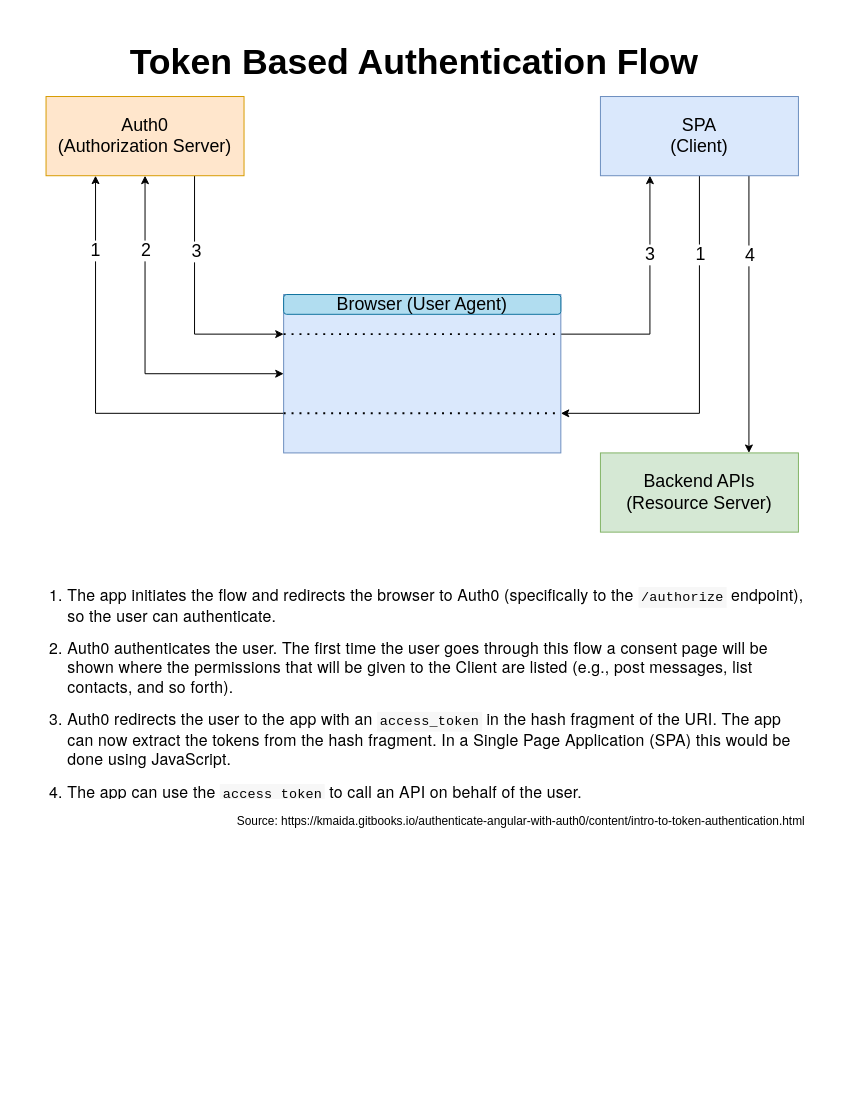
Earlier version of the draw.io diagram Untitled Diagram.drawio (Rajarshi07/AOC-2019). Source tidied: cells renumbered, new cells numbered last; positions are measured from the earlier drawing's top-left corner, leaving out a move shared by most shapes. Both pictures are drawn from the tidied source at 99%, with x=0, y=0 at pixel (31, 27).
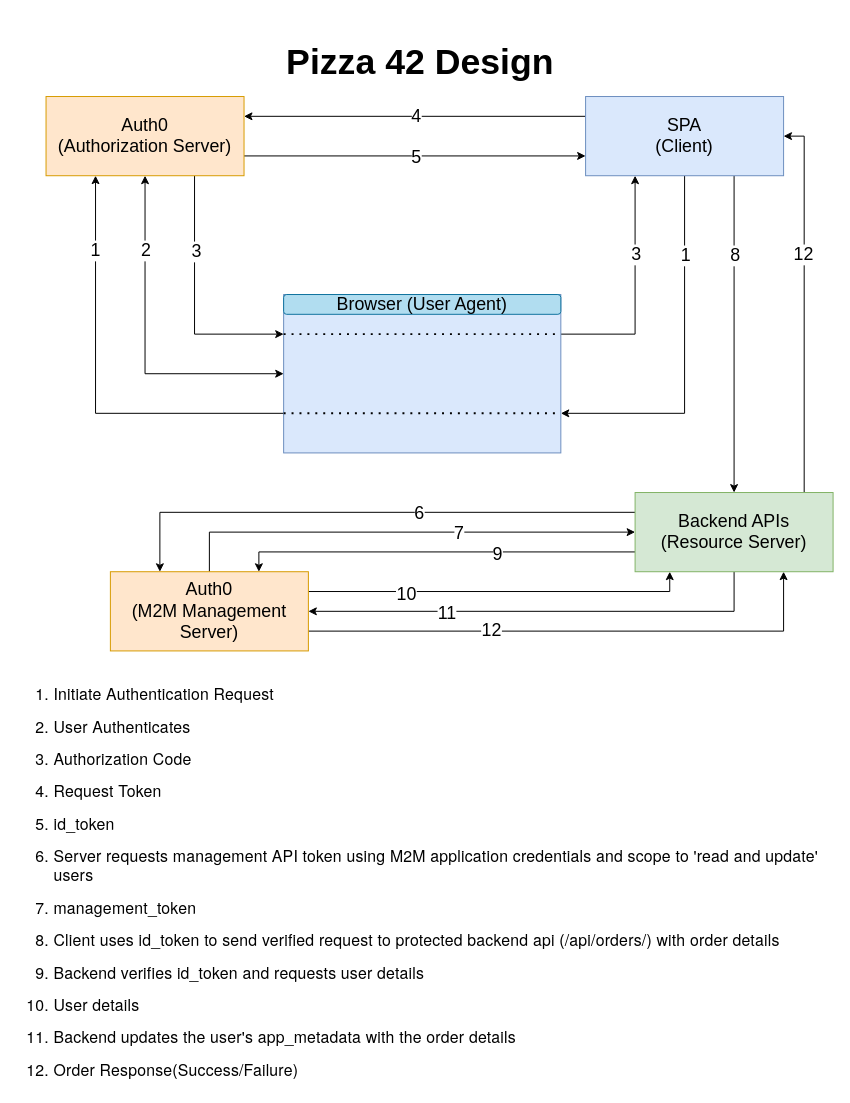
The same diagram, later.

Unchanged cells that the change refers to:
```xml
<mxCell id="4" value="&lt;div style=&quot;font-size: 18px&quot;&gt;&lt;span&gt;&lt;font style=&quot;font-size: 18px&quot;&gt;Auth0&lt;/font&gt;&lt;/span&gt;&lt;/div&gt;&lt;div style=&quot;font-size: 18px&quot;&gt;&lt;span&gt;&lt;font style=&quot;font-size: 18px&quot;&gt;(Authorization Server)&lt;/font&gt;&lt;/span&gt;&lt;/div&gt;" style="rounded=0;whiteSpace=wrap;html=1;fontSize=14;fillColor=#ffe6cc;strokeColor=#d79b00;align=center;" parent="1" vertex="1">
  <mxGeometry x="15" y="70" width="200" height="80" as="geometry" />
</mxCell>
<mxCell id="5" style="edgeStyle=orthogonalEdgeStyle;rounded=0;jettySize=auto;html=1;exitX=0.5;exitY=1;exitDx=0;exitDy=0;entryX=1;entryY=0.75;entryDx=0;entryDy=0;fontSize=20;" parent="1" edge="1" source="9" target="15">
  <mxGeometry relative="1" as="geometry" />
</mxCell>
<mxCell id="11" style="edgeStyle=orthogonalEdgeStyle;rounded=0;jettySize=auto;html=1;exitX=1;exitY=0.25;exitDx=0;exitDy=0;entryX=0.25;entryY=1;entryDx=0;entryDy=0;fontSize=20;" parent="1" edge="1" source="15" target="9">
  <mxGeometry relative="1" as="geometry" />
</mxCell>
```

What changed in the source:
```diff
@@
+    <mxCell id="24" style="edgeStyle=orthogonalEdgeStyle;rounded=0;jettySize=auto;html=1;exitX=1;exitY=0.75;exitDx=0;exitDy=0;entryX=0;entryY=0.75;entryDx=0;entryDy=0;fontSize=12;fontColor=#000000;" parent="1" edge="1" source="4" target="9">
+      <mxGeometry relative="1" as="geometry" />
+    </mxCell>
+    <mxCell id="25" value="5" style="edgeLabel;html=1;align=center;verticalAlign=middle;fontSize=18;fontColor=#000000;" parent="24" vertex="1">
+      <mxGeometry x="-0.13" y="-1" relative="1" as="geometry">
+        <mxPoint x="23" as="offset" />
+      </mxGeometry>
+    </mxCell>
@@
     <mxCell id="6" value="1" style="edgeLabel;html=1;align=center;verticalAlign=middle;fontSize=18;" parent="5" vertex="1">
       <mxGeometry x="-0.54" y="1" relative="1" as="geometry">
-        <mxPoint x="-1" y="-8" as="offset" />
+        <mxPoint x="-1" y="-4" as="offset" />
       </mxGeometry>
     </mxCell>
-    <mxCell id="7" style="edgeStyle=orthogonalEdgeStyle;rounded=0;jettySize=auto;html=1;exitX=0.75;exitY=1;exitDx=0;exitDy=0;entryX=0.75;entryY=0;entryDx=0;entryDy=0;fontSize=20;" parent="1" edge="1" source="9" target="10">
+    <mxCell id="7" style="edgeStyle=orthogonalEdgeStyle;rounded=0;jettySize=auto;html=1;exitX=0.75;exitY=1;exitDx=0;exitDy=0;entryX=0.5;entryY=0;entryDx=0;entryDy=0;fontSize=20;" parent="1" edge="1" source="9" target="10">
       <mxGeometry relative="1" as="geometry" />
     </mxCell>
+    <mxCell id="26" value="8" style="edgeLabel;html=1;align=center;verticalAlign=middle;fontSize=18;fontColor=#000000;" parent="7" vertex="1">
+      <mxGeometry x="-0.39" relative="1" as="geometry">
+        <mxPoint y="-18" as="offset" />
+      </mxGeometry>
+    </mxCell>
+    <mxCell id="27" style="edgeStyle=orthogonalEdgeStyle;rounded=0;jettySize=auto;html=1;exitX=0;exitY=0.25;exitDx=0;exitDy=0;entryX=1;entryY=0.25;entryDx=0;entryDy=0;fontSize=12;fontColor=#000000;" parent="1" edge="1" source="9" target="4">
+      <mxGeometry relative="1" as="geometry" />
+    </mxCell>
-    <mxCell id="8" value="4" style="edgeLabel;html=1;align=center;verticalAlign=middle;fontSize=18;" parent="7" vertex="1">
-      <mxGeometry x="-0.39" relative="1" as="geometry">
-        <mxPoint y="-5" as="offset" />
+    <mxCell id="8" value="&lt;font style=&quot;font-size: 18px&quot;&gt;4&lt;/font&gt;" style="edgeLabel;html=1;align=center;verticalAlign=middle;fontSize=12;fontColor=#000000;" parent="27" vertex="1">
+      <mxGeometry x="0.15" y="-1" relative="1" as="geometry">
+        <mxPoint x="26" as="offset" />
       </mxGeometry>
     </mxCell>
     <mxCell id="9" value="&lt;font style=&quot;font-size: 18px&quot;&gt;SPA&lt;br&gt;(Client)&lt;/font&gt;" style="rounded=0;whiteSpace=wrap;html=1;fontSize=14;fillColor=#dae8fc;strokeColor=#6c8ebf;" parent="1" vertex="1">
-      <mxGeometry x="575" y="70" width="200" height="80" as="geometry" />
+      <mxGeometry x="560" y="70" width="200" height="80" as="geometry" />
     </mxCell>
+    <mxCell id="28" style="edgeStyle=orthogonalEdgeStyle;rounded=0;jettySize=auto;html=1;exitX=0;exitY=0.25;exitDx=0;exitDy=0;entryX=0.25;entryY=0;entryDx=0;entryDy=0;fontSize=18;fontColor=#000000;" parent="1" edge="1" source="10" target="42">
+      <mxGeometry relative="1" as="geometry" />
+    </mxCell>
+    <mxCell id="29" value="6" style="edgeLabel;html=1;align=center;verticalAlign=middle;fontSize=18;fontColor=#000000;" parent="28" vertex="1">
+      <mxGeometry x="-0.18" relative="1" as="geometry">
+        <mxPoint x="2" as="offset" />
+      </mxGeometry>
+    </mxCell>
+    <mxCell id="30" style="edgeStyle=orthogonalEdgeStyle;rounded=0;jettySize=auto;html=1;exitX=0;exitY=0.75;exitDx=0;exitDy=0;entryX=0.75;entryY=0;entryDx=0;entryDy=0;fontSize=18;fontColor=#000000;" parent="1" edge="1" source="10" target="42">
+      <mxGeometry relative="1" as="geometry" />
+    </mxCell>
+    <mxCell id="31" value="9" style="edgeLabel;html=1;align=center;verticalAlign=middle;fontSize=18;fontColor=#000000;" parent="30" vertex="1">
+      <mxGeometry x="-0.3" y="2" relative="1" as="geometry" />
+    </mxCell>
+    <mxCell id="32" style="edgeStyle=orthogonalEdgeStyle;rounded=0;jettySize=auto;html=1;exitX=0.5;exitY=1;exitDx=0;exitDy=0;entryX=1;entryY=0.5;entryDx=0;entryDy=0;fontSize=18;fontColor=#000000;" parent="1" edge="1" source="10" target="42">
+      <mxGeometry relative="1" as="geometry" />
+    </mxCell>
+    <mxCell id="33" value="11" style="edgeLabel;html=1;align=center;verticalAlign=middle;fontSize=18;fontColor=#000000;" parent="32" vertex="1">
+      <mxGeometry x="0.41" y="1" relative="1" as="geometry" />
+    </mxCell>
+    <mxCell id="34" style="edgeStyle=orthogonalEdgeStyle;rounded=0;jettySize=auto;html=1;exitX=0.854;exitY=0.015;exitDx=0;exitDy=0;entryX=1;entryY=0.5;entryDx=0;entryDy=0;fontSize=18;fontColor=#000000;exitPerimeter=0;" parent="1" edge="1" source="10" target="9">
+      <mxGeometry relative="1" as="geometry" />
+    </mxCell>
+    <mxCell id="35" value="12" style="edgeLabel;html=1;align=center;verticalAlign=middle;fontSize=18;fontColor=#000000;" parent="34" vertex="1">
+      <mxGeometry x="0.33" y="1" relative="1" as="geometry">
+        <mxPoint y="12" as="offset" />
+      </mxGeometry>
+    </mxCell>
     <mxCell id="10" value="&lt;font style=&quot;font-size: 18px&quot;&gt;Backend APIs&lt;br&gt;(Resource Server)&lt;/font&gt;" style="rounded=0;whiteSpace=wrap;html=1;fontSize=14;fillColor=#d5e8d4;strokeColor=#82b366;" parent="1" vertex="1">
-      <mxGeometry x="575" y="430" width="200" height="80" as="geometry" />
+      <mxGeometry x="610" y="470" width="200" height="80" as="geometry" />
     </mxCell>
@@
     <mxCell id="12" value="3" style="edgeLabel;html=1;align=center;verticalAlign=middle;fontSize=18;" parent="11" vertex="1">
       <mxGeometry x="0.46" y="1" relative="1" as="geometry">
-        <mxPoint y="12" as="offset" />
+        <mxPoint x="1" y="16" as="offset" />
       </mxGeometry>
     </mxCell>
@@
-    <mxCell id="21" value="&lt;h1&gt;Token Based Authentication Flow&lt;/h1&gt;" style="text;html=1;strokeColor=none;fillColor=none;spacing=5;spacingTop=-20;whiteSpace=wrap;overflow=hidden;rounded=0;fontSize=18;" parent="1" vertex="1">
-      <mxGeometry x="95" width="600" height="60" as="geometry" />
+    <mxCell id="21" value="&lt;h1&gt;Pizza 42 Design&lt;/h1&gt;" style="text;html=1;strokeColor=none;fillColor=none;spacing=5;spacingTop=-20;whiteSpace=wrap;overflow=hidden;rounded=0;fontSize=18;" parent="1" vertex="1">
+      <mxGeometry x="253" width="285" height="60" as="geometry" />
     </mxCell>
-    <mxCell id="22" value="&lt;h1&gt;&lt;ol style=&quot;box-sizing: border-box ; font-size: 16px ; margin: 0px 0px 0.85em ; padding: 0px 0px 0px 2em ; font-family: &amp;#34;helvetica neue&amp;#34; , &amp;#34;helvetica&amp;#34; , &amp;#34;arial&amp;#34; , sans-serif ; font-weight: 400 ; letter-spacing: 0.2px ; background-color: rgb(255 , 255 , 255)&quot;&gt;&lt;li style=&quot;box-sizing: border-box ; font-size: inherit&quot;&gt;&lt;p style=&quot;box-sizing: border-box ; font-size: inherit ; margin-top: 0px ; margin-bottom: 0.85em&quot;&gt;The app initiates the flow and redirects the browser to Auth0 (specifically to the&amp;nbsp;&lt;code style=&quot;box-sizing: border-box ; font-size: 0.85em ; background: 0px 0px rgb(247 , 247 , 247) ; font-family: &amp;#34;consolas&amp;#34; , &amp;#34;liberation mono&amp;#34; , &amp;#34;menlo&amp;#34; , &amp;#34;courier&amp;#34; , monospace ; direction: ltr ; margin: 0px ; padding: 0.2em ; border: none&quot;&gt;/authorize&lt;/code&gt;&lt;span style=&quot;box-sizing: border-box ; background-position: 0px 0px&quot;&gt;&amp;nbsp;endpoint&lt;/span&gt;), so the user can authenticate.&lt;/p&gt;&lt;/li&gt;&lt;li style=&quot;box-sizing: border-box ; font-size: inherit&quot;&gt;&lt;p style=&quot;box-sizing: border-box ; font-size: inherit ; margin-top: 0px ; margin-bottom: 0.85em&quot;&gt;Auth0 authenticates the user. The first time the user goes through this flow a consent page will be shown where the permissions that will be given to the Client are listed (e.g., post messages, list contacts, and so forth).&lt;/p&gt;&lt;/li&gt;&lt;li style=&quot;box-sizing: border-box ; font-size: inherit&quot;&gt;&lt;p style=&quot;box-sizing: border-box ; font-size: inherit ; margin-top: 0px ; margin-bottom: 0.85em&quot;&gt;Auth0 redirects the user to the app with an&amp;nbsp;&lt;code style=&quot;box-sizing: border-box ; font-size: 0.85em ; background: 0px 0px rgb(247 , 247 , 247) ; font-family: &amp;#34;consolas&amp;#34; , &amp;#34;liberation mono&amp;#34; , &amp;#34;menlo&amp;#34; , &amp;#34;courier&amp;#34; , monospace ; direction: ltr ; margin: 0px ; padding: 0.2em ; border: none&quot;&gt;access_token&lt;/code&gt;&amp;nbsp;in the hash fragment of the URI. The app can now extract the tokens from the hash fragment. In a Single Page Application (SPA) this would be done using JavaScript.&lt;/p&gt;&lt;/li&gt;&lt;li style=&quot;box-sizing: border-box ; font-size: inherit&quot;&gt;&lt;p style=&quot;box-sizing: border-box ; font-size: inherit ; margin-top: 0px ; margin-bottom: 0.85em&quot;&gt;The app can use the&amp;nbsp;&lt;code style=&quot;box-sizing: border-box ; font-family: &amp;#34;consolas&amp;#34; , &amp;#34;liberation mono&amp;#34; , &amp;#34;menlo&amp;#34; , &amp;#34;courier&amp;#34; , monospace ; font-size: 0.85em ; direction: ltr ; margin: 0px ; padding: 0.2em ; border: none ; background-color: rgb(247 , 247 , 247)&quot;&gt;access_token&lt;/code&gt;&amp;nbsp;to call an API on behalf of the user.&lt;/p&gt;&lt;/li&gt;&lt;/ol&gt;&lt;/h1&gt;" style="text;html=1;strokeColor=none;fillColor=none;spacing=5;spacingTop=-20;whiteSpace=wrap;overflow=hidden;rounded=0;fontSize=18;" parent="1" vertex="1">
-      <mxGeometry y="550" width="790" height="230" as="geometry" />
+    <mxCell id="22" value="&lt;h1&gt;&lt;ol style=&quot;box-sizing: border-box ; font-size: 16px ; margin: 0px 0px 0.85em ; padding: 0px 0px 0px 2em ; font-family: &amp;#34;helvetica neue&amp;#34; , &amp;#34;helvetica&amp;#34; , &amp;#34;arial&amp;#34; , sans-serif ; font-weight: 400 ; letter-spacing: 0.2px ; background-color: rgb(255 , 255 , 255)&quot;&gt;&lt;li style=&quot;box-sizing: border-box ; font-size: inherit&quot;&gt;&lt;p style=&quot;box-sizing: border-box ; font-size: inherit ; margin-top: 0px ; margin-bottom: 0.85em&quot;&gt;Initiate Authentication Request&lt;/p&gt;&lt;/li&gt;&lt;li style=&quot;box-sizing: border-box ; font-size: inherit&quot;&gt;&lt;p style=&quot;box-sizing: border-box ; font-size: inherit ; margin-top: 0px ; margin-bottom: 0.85em&quot;&gt;User Authenticates&lt;/p&gt;&lt;/li&gt;&lt;li style=&quot;box-sizing: border-box ; font-size: inherit&quot;&gt;&lt;p style=&quot;box-sizing: border-box ; font-size: inherit ; margin-top: 0px ; margin-bottom: 0.85em&quot;&gt;Authorization Code&lt;/p&gt;&lt;/li&gt;&lt;li style=&quot;box-sizing: border-box ; font-size: inherit&quot;&gt;&lt;p style=&quot;box-sizing: border-box ; font-size: inherit ; margin-top: 0px ; margin-bottom: 0.85em&quot;&gt;Request Token&lt;/p&gt;&lt;/li&gt;&lt;li style=&quot;box-sizing: border-box ; font-size: inherit&quot;&gt;&lt;p style=&quot;box-sizing: border-box ; font-size: inherit ; margin-top: 0px ; margin-bottom: 0.85em&quot;&gt;id_token&lt;/p&gt;&lt;/li&gt;&lt;li style=&quot;box-sizing: border-box ; font-size: inherit&quot;&gt;&lt;p style=&quot;box-sizing: border-box ; font-size: inherit ; margin-top: 0px ; margin-bottom: 0.85em&quot;&gt;Server requests management API token using M2M application credentials and scope to 'read and update' users&lt;/p&gt;&lt;/li&gt;&lt;li style=&quot;box-sizing: border-box ; font-size: inherit&quot;&gt;&lt;p style=&quot;box-sizing: border-box ; font-size: inherit ; margin-top: 0px ; margin-bottom: 0.85em&quot;&gt;management_token&lt;/p&gt;&lt;/li&gt;&lt;li style=&quot;box-sizing: border-box ; font-size: inherit&quot;&gt;&lt;p style=&quot;box-sizing: border-box ; font-size: inherit ; margin-top: 0px ; margin-bottom: 0.85em&quot;&gt;Client uses id_token to send verified request to protected backend api (/api/orders/) with order details&lt;/p&gt;&lt;/li&gt;&lt;li style=&quot;box-sizing: border-box ; font-size: inherit&quot;&gt;&lt;p style=&quot;box-sizing: border-box ; font-size: inherit ; margin-top: 0px ; margin-bottom: 0.85em&quot;&gt;Backend verifies id_token and requests user details&lt;/p&gt;&lt;/li&gt;&lt;li style=&quot;box-sizing: border-box ; font-size: inherit&quot;&gt;&lt;p style=&quot;box-sizing: border-box ; font-size: inherit ; margin-top: 0px ; margin-bottom: 0.85em&quot;&gt;User details&lt;/p&gt;&lt;/li&gt;&lt;li style=&quot;box-sizing: border-box ; font-size: inherit&quot;&gt;&lt;p style=&quot;box-sizing: border-box ; font-size: inherit ; margin-top: 0px ; margin-bottom: 0.85em&quot;&gt;Backend updates the user's app_metadata with the order details&lt;/p&gt;&lt;/li&gt;&lt;li style=&quot;box-sizing: border-box ; font-size: inherit&quot;&gt;&lt;p style=&quot;box-sizing: border-box ; font-size: inherit ; margin-top: 0px ; margin-bottom: 0.85em&quot;&gt;Order Response(Success/Failure)&lt;/p&gt;&lt;/li&gt;&lt;/ol&gt;&lt;div&gt;&lt;/div&gt;&lt;/h1&gt;" style="text;html=1;strokeColor=none;fillColor=none;spacing=5;spacingTop=-20;whiteSpace=wrap;overflow=hidden;rounded=0;fontSize=18;" parent="1" vertex="1">
+      <mxGeometry x="-14.5" y="650" width="820" height="420" as="geometry" />
     </mxCell>
-    <mxCell id="23" value="&lt;font style=&quot;font-size: 12px&quot;&gt;Source:&amp;nbsp;https://kmaida.gitbooks.io/authenticate-angular-with-auth0/content/intro-to-token-authentication.html&lt;/font&gt;" style="text;html=1;strokeColor=none;fillColor=none;align=center;verticalAlign=middle;whiteSpace=wrap;rounded=0;fontSize=18;fontColor=#000000;" parent="1" vertex="1">
-      <mxGeometry x="200" y="790" width="590" height="20" as="geometry" />
-    </mxCell>
+    <mxCell id="36" style="edgeStyle=orthogonalEdgeStyle;rounded=0;jettySize=auto;html=1;exitX=0.5;exitY=0;exitDx=0;exitDy=0;entryX=0;entryY=0.5;entryDx=0;entryDy=0;fontSize=18;fontColor=#000000;" parent="1" edge="1" source="42" target="10">
+      <mxGeometry relative="1" as="geometry" />
+    </mxCell>
+    <mxCell id="37" value="7" style="edgeLabel;html=1;align=center;verticalAlign=middle;fontSize=18;fontColor=#000000;" parent="36" vertex="1">
+      <mxGeometry x="0.2" y="1" relative="1" as="geometry">
+        <mxPoint x="9" y="1" as="offset" />
+      </mxGeometry>
+    </mxCell>
+    <mxCell id="38" style="edgeStyle=orthogonalEdgeStyle;rounded=0;jettySize=auto;html=1;exitX=1;exitY=0.25;exitDx=0;exitDy=0;entryX=0.175;entryY=1;entryDx=0;entryDy=0;entryPerimeter=0;fontSize=18;fontColor=#000000;" parent="1" edge="1" source="42" target="10">
+      <mxGeometry relative="1" as="geometry" />
+    </mxCell>
+    <mxCell id="39" value="10" style="edgeLabel;html=1;align=center;verticalAlign=middle;fontSize=18;fontColor=#000000;" parent="38" vertex="1">
+      <mxGeometry x="-0.49" y="-2" relative="1" as="geometry" />
+    </mxCell>
+    <mxCell id="40" style="edgeStyle=orthogonalEdgeStyle;rounded=0;jettySize=auto;html=1;exitX=1;exitY=0.75;exitDx=0;exitDy=0;entryX=0.75;entryY=1;entryDx=0;entryDy=0;fontSize=18;fontColor=#000000;" parent="1" edge="1" source="42" target="10">
+      <mxGeometry relative="1" as="geometry" />
+    </mxCell>
+    <mxCell id="41" value="12" style="edgeLabel;html=1;align=center;verticalAlign=middle;fontSize=18;fontColor=#000000;" parent="40" vertex="1">
+      <mxGeometry x="-0.32" y="2" relative="1" as="geometry" />
+    </mxCell>
+    <mxCell id="42" value="&lt;div style=&quot;font-size: 18px&quot;&gt;&lt;span&gt;&lt;font style=&quot;font-size: 18px&quot;&gt;Auth0&lt;/font&gt;&lt;/span&gt;&lt;/div&gt;&lt;div style=&quot;font-size: 18px&quot;&gt;&lt;span&gt;&lt;font style=&quot;font-size: 18px&quot;&gt;(M2M Management Server)&lt;/font&gt;&lt;/span&gt;&lt;/div&gt;" style="rounded=0;whiteSpace=wrap;html=1;fontSize=14;fillColor=#ffe6cc;strokeColor=#d79b00;align=center;" parent="1" vertex="1">
+      <mxGeometry x="80" y="550" width="200" height="80" as="geometry" />
+    </mxCell>
```
